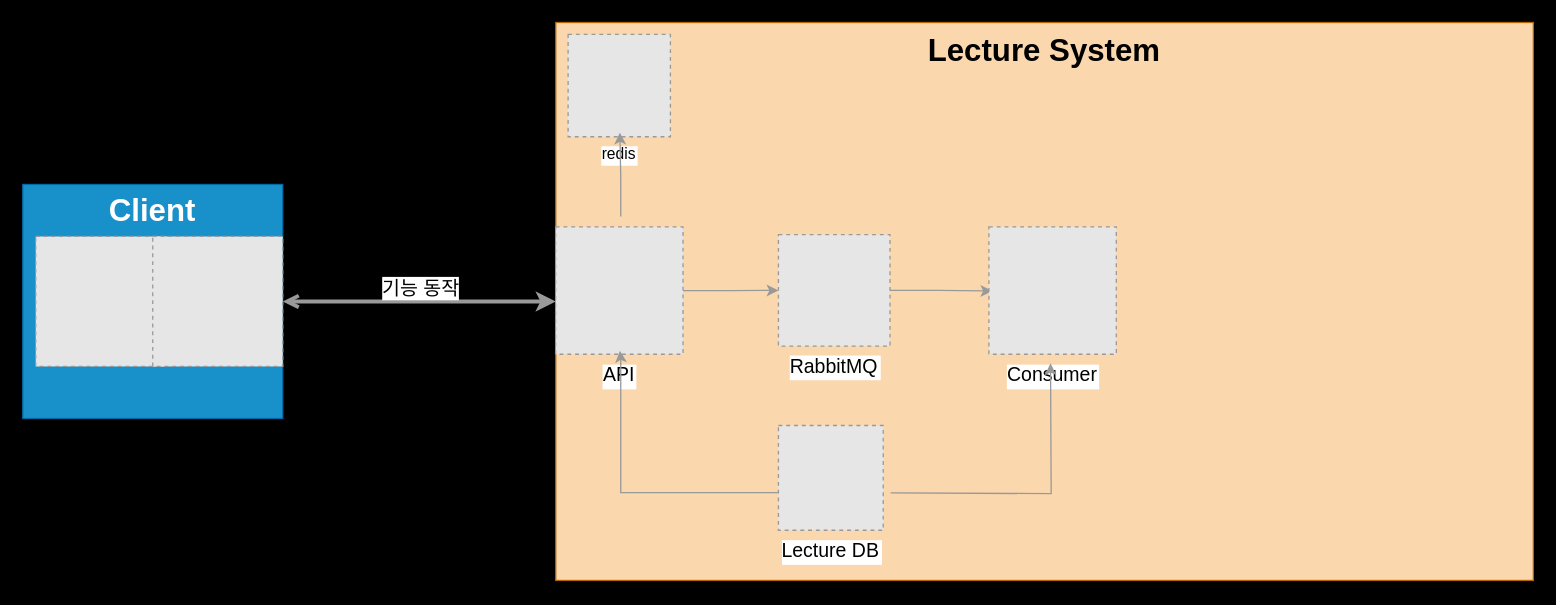
This is page "Page-1" (1 of 2) of architecture/lecture.drawio from TreeStone94/drawio, a draw.io file, before an edit. Source tidied: cells renumbered, new cells numbered last; positions are measured from the earlier drawing's top-left corner, leaving out a move shared by most shapes. Both pictures are drawn from the tidied source at 130%, with x=0, y=0 at pixel (22, 22). Pictures stored in the file or linked from it are replaced by grey dashed boxes.
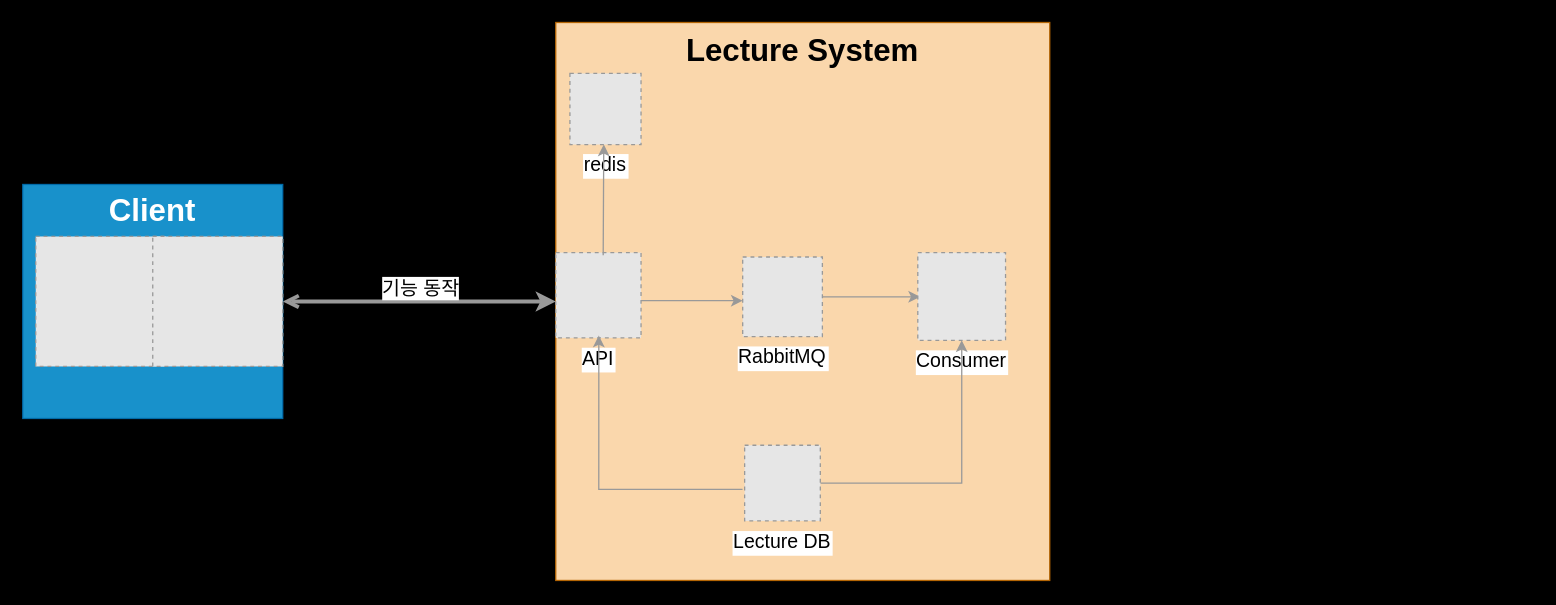
Above is the later version.

Change to the diagram source:
```diff
@@
     <mxCell id="7" value="Lecture System" style="group;fillColor=#fad7ac;strokeColor=#b46504;fontSize=24;fontStyle=1;" parent="1" vertex="1">
-      <mxGeometry x="410" y="-0.2" width="752" height="429.2" as="geometry" />
+      <mxGeometry x="410" y="-0.2" width="380" height="429.2" as="geometry" />
     </mxCell>
@@
     <mxCell id="9" value="RabbitMQ" style="fillColor=#E6E6E6;strokeColor=#999999;dashed=1;verticalLabelPosition=bottom;labelBackgroundColor=#ffffff;verticalAlign=top;fontSize=15;align=center;" parent="7" vertex="1">
-      <mxGeometry x="171.3" y="163.2" width="85.8" height="85.8" as="geometry" />
+      <mxGeometry x="143.8" y="180.4" width="61.3" height="61.3" as="geometry" />
     </mxCell>
     <mxCell id="10" style="edgeStyle=orthogonalEdgeStyle;rounded=0;jettySize=auto;html=1;strokeColor=#999999;fontColor=#999999;" parent="7" edge="1" source="12" target="9">
-      <mxGeometry relative="1" as="geometry" />
+      <mxGeometry relative="1" as="geometry">
+        <Array as="points">
+          <mxPoint x="130" y="214" />
+          <mxPoint x="130" y="214" />
+        </Array>
+      </mxGeometry>
     </mxCell>
-    <mxCell id="11" value="redis" style="fillColor=#E6E6E6;strokeColor=#999999;dashed=1;verticalLabelPosition=bottom;labelBackgroundColor=default;verticalAlign=top;" parent="7" vertex="1">
-      <mxGeometry x="9.5" y="9.2" width="78.7" height="78.7" as="geometry" />
+    <mxCell id="11" value="redis" style="fillColor=#E6E6E6;strokeColor=#999999;dashed=1;verticalLabelPosition=bottom;labelBackgroundColor=default;verticalAlign=top;fontSize=15;" parent="7" vertex="1">
+      <mxGeometry x="10.9" y="39.2" width="54.7" height="54.7" as="geometry" />
     </mxCell>
     <mxCell id="12" value="API" style="fillColor=#E6E6E6;strokeColor=#999999;dashed=1;verticalLabelPosition=bottom;labelBackgroundColor=default;verticalAlign=top;fontSize=15;align=center;" parent="7" vertex="1">
-      <mxGeometry x="-0.1" y="157.2" width="98" height="98" as="geometry" />
+      <mxGeometry y="177" width="65.6" height="65.6" as="geometry" />
     </mxCell>
-    <mxCell id="13" value="Lecture DB" style="fillColor=#E6E6E6;strokeColor=#999999;dashed=1;verticalLabelPosition=bottom;labelBackgroundColor=default;verticalAlign=top;fontSize=15;" parent="7" vertex="1">
-      <mxGeometry x="171.3" y="310" width="80.6" height="80.6" as="geometry" />
-    </mxCell>
     <mxCell id="14" value="Consumer" style="fillColor=#E6E6E6;strokeColor=#999999;dashed=1;verticalLabelPosition=bottom;labelBackgroundColor=default;verticalAlign=top;fontSize=15;align=center;" parent="7" vertex="1">
-      <mxGeometry x="333.2" y="157.2" width="98" height="98" as="geometry" />
+      <mxGeometry x="278.5" y="177" width="67.5" height="67.5" as="geometry" />
     </mxCell>
-    <mxCell id="15" style="edgeStyle=orthogonalEdgeStyle;rounded=0;jettySize=auto;html=1;exitX=0;exitY=0.5;exitDx=0;exitDy=0;entryX=0.505;entryY=0.973;entryDx=0;entryDy=0;entryPerimeter=0;strokeColor=#999999;fillColor=#f5f5f5;" parent="7" edge="1" target="12">
+    <mxCell id="15" style="edgeStyle=orthogonalEdgeStyle;rounded=0;jettySize=auto;html=1;entryX=0.505;entryY=0.973;entryDx=0;entryDy=0;entryPerimeter=0;strokeColor=#999999;fillColor=#f5f5f5;" parent="7" edge="1" target="12">
       <mxGeometry relative="1" as="geometry">
-        <mxPoint x="171.3" y="361.7" as="sourcePoint" />
+        <mxPoint x="143.7" y="359.2" as="sourcePoint" />
         <Array as="points">
-          <mxPoint x="50" y="362" />
-          <mxPoint x="50" y="259" />
-          <mxPoint x="49" y="259" />
+          <mxPoint x="33.2" y="359" />
         </Array>
       </mxGeometry>
     </mxCell>
-    <mxCell id="16" style="edgeStyle=orthogonalEdgeStyle;rounded=0;orthogonalLoop=1;jettySize=auto;html=1;exitX=1;exitY=0.5;exitDx=0;exitDy=0;strokeColor=#999999;fillColor=#f5f5f5;" parent="7" edge="1">
-      <mxGeometry relative="1" as="geometry">
-        <mxPoint x="257.6" y="361.9" as="sourcePoint" />
-        <mxPoint x="380.6" y="262.2" as="targetPoint" />
-      </mxGeometry>
+    <mxCell id="16" style="edgeStyle=orthogonalEdgeStyle;rounded=0;jettySize=auto;html=1;exitX=1;exitY=0.5;exitDx=0;exitDy=0;strokeColor=#999999;fillColor=#f5f5f5;" parent="7" edge="1" source="13" target="14">
+      <mxGeometry relative="1" as="geometry" />
     </mxCell>
+    <mxCell id="13" value="Lecture DB" style="fillColor=#E6E6E6;strokeColor=#999999;dashed=1;verticalLabelPosition=bottom;labelBackgroundColor=default;verticalAlign=top;fontSize=15;" parent="7" vertex="1">
+      <mxGeometry x="145.3" y="325.2" width="58.2" height="58.2" as="geometry" />
+    </mxCell>
-    <mxCell id="17" style="edgeStyle=orthogonalEdgeStyle;rounded=0;jettySize=auto;html=1;strokeColor=#999999;fontColor=#999999;entryX=0.506;entryY=0.96;entryDx=0;entryDy=0;entryPerimeter=0;" parent="1" edge="1" target="11">
+    <mxCell id="17" style="edgeStyle=orthogonalEdgeStyle;rounded=0;jettySize=auto;html=1;strokeColor=#999999;fontColor=#999999;entryX=0.476;entryY=0.998;entryDx=0;entryDy=0;entryPerimeter=0;exitX=0.557;exitY=-0.018;exitDx=0;exitDy=0;exitPerimeter=0;" parent="7" edge="1" source="12" target="11">
       <mxGeometry relative="1" as="geometry">
-        <mxPoint x="460" y="149" as="sourcePoint" />
         <Array as="points">
-          <mxPoint x="460" y="118" />
-          <mxPoint x="459" y="118" />
+          <mxPoint x="36" y="179" />
+          <mxPoint x="37" y="179" />
         </Array>
       </mxGeometry>
     </mxCell>
```
